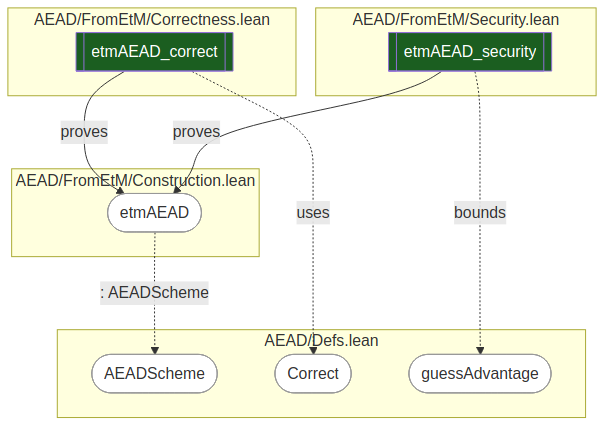
The Mermaid diagram docs/img/vcvio.png in Beneficial-AI-Foundation/probe, before a commit. Its source is kept beside it as docs/img/vcvio.mmd.
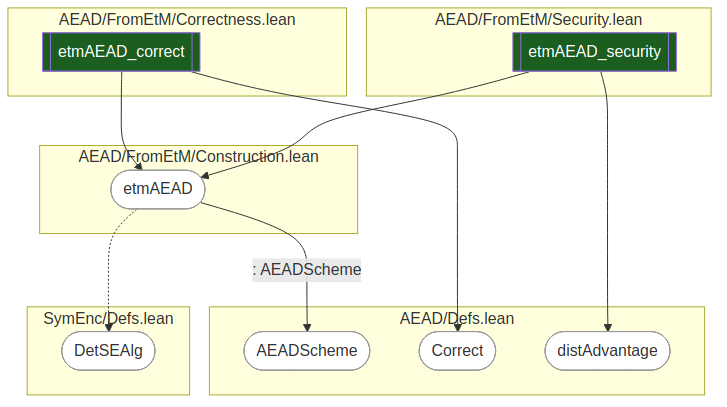
After the commit.

Commit message:
docs: draw only data-backed edges in the secure-messaging diagram

Change to the diagram source:
```diff
@@ -1,22 +1,26 @@
 flowchart TD
+    subgraph corf ["AEAD/FromEtM/Correctness.lean"]
+        tcor[["etmAEAD_correct"]]:::darkGreen
+    end
+    subgraph secf ["AEAD/FromEtM/Security.lean"]
+        tsec[["etmAEAD_security"]]:::darkGreen
+    end
     subgraph con ["AEAD/FromEtM/Construction.lean"]
         etm(["etmAEAD"]):::white
     end
     subgraph defs ["AEAD/Defs.lean"]
         scheme(["AEADScheme"]):::white
         correct(["Correct"]):::white
-        adv(["guessAdvantage"]):::white
+        distadv(["distAdvantage"]):::white
     end
-    subgraph corf ["AEAD/FromEtM/Correctness.lean"]
-        tcor[["etmAEAD_correct"]]:::darkGreen
+    subgraph sym ["SymEnc/Defs.lean"]
+        detse(["DetSEAlg"]):::white
     end
-    subgraph secf ["AEAD/FromEtM/Security.lean"]
-        tsec[["etmAEAD_security"]]:::darkGreen
-    end
-    etm -.->|": AEADScheme"| scheme
-    tcor -->|proves| etm
-    tcor -.->|uses| correct
-    tsec -->|proves| etm
-    tsec -.->|bounds| adv
+    tcor --> etm
+    tcor --> correct
+    tsec --> etm
+    tsec --> distadv
+    etm -->|": AEADScheme"| scheme
+    etm -.-> detse
     classDef white fill:#fff,color:#333,stroke:#999
     classDef darkGreen fill:#1B5E20,color:#fff
```
